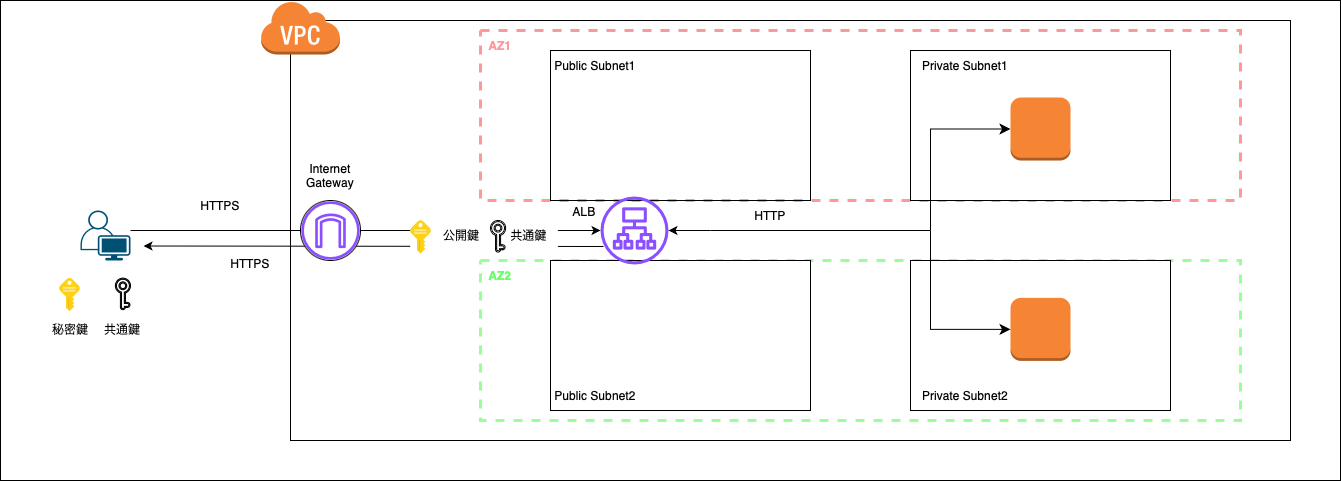
MasaGt/aws keeps this draw.io diagram as img/ALB_2.png. Above is the earlier version. Source tidied: cells renumbered, new cells last; positions are measured from the earlier drawing's top-left corner, leaving out a move shared by most shapes.
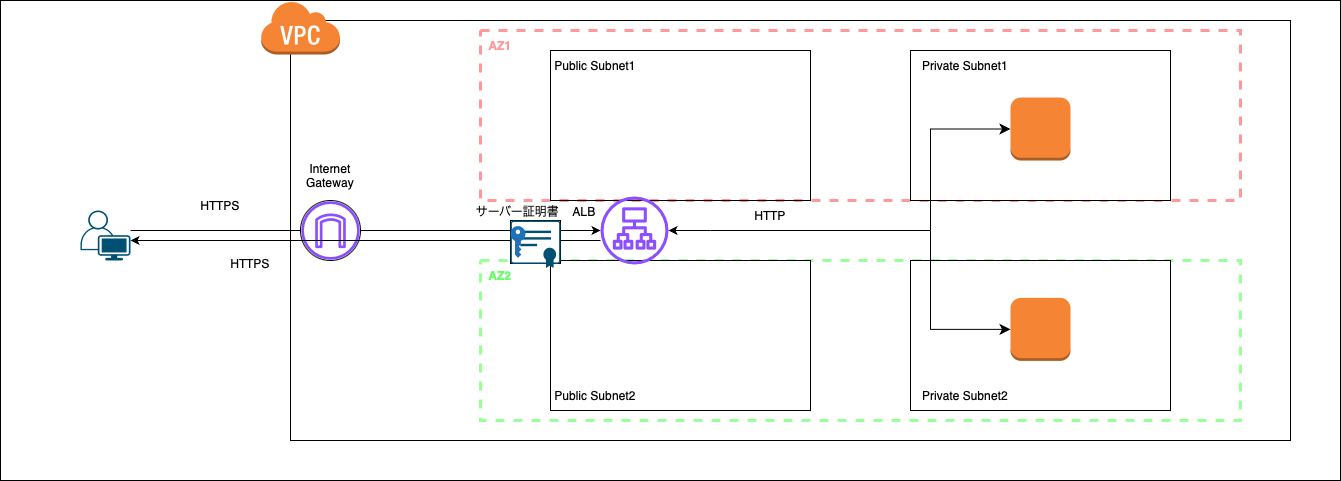
After the commit.

What changed in the source:
```diff
@@ -2,95 +2,56 @@
   <root>
     <mxCell id="0" />
     <mxCell id="1" parent="0" />
-    <mxCell id="2" style="rounded=0;whiteSpace=wrap;html=1;" parent="1" vertex="1">
-      <mxGeometry width="1340" height="480" as="geometry" />
-    </mxCell>
-    <mxCell id="3" style="verticalLabelPosition=bottom;sketch=0;html=1;verticalAlign=top;align=center;shape=mxgraph.cisco19.user;fillColor=#005073;strokeColor=none;" parent="1" vertex="1">
-      <mxGeometry x="80" y="210" width="50" height="50" as="geometry" />
-    </mxCell>
-    <mxCell id="4" style="rounded=0;whiteSpace=wrap;html=1;" parent="1" vertex="1">
-      <mxGeometry x="290" y="20" width="1000" height="420" as="geometry" />
-    </mxCell>
-    <mxCell id="5" style="dashed=0;verticalLabelPosition=bottom;verticalAlign=top;align=center;html=1;shape=mxgraph.aws3.virtual_private_cloud;fillColor=#F58534;gradientColor=none;" parent="1" vertex="1">
-      <mxGeometry x="260" width="79.5" height="54" as="geometry" />
-    </mxCell>
+    <mxCell id="46" style="rounded=0;whiteSpace=wrap;html=1;" parent="1" vertex="1">
+      <mxGeometry width="1340" height="480" as="geometry" />
+    </mxCell>
+    <mxCell id="47" style="verticalLabelPosition=bottom;sketch=0;html=1;verticalAlign=top;align=center;shape=mxgraph.cisco19.user;fillColor=#005073;strokeColor=none;" parent="1" vertex="1">
+      <mxGeometry x="80" y="210" width="50" height="50" as="geometry" />
+    </mxCell>
+    <mxCell id="48" style="rounded=0;whiteSpace=wrap;html=1;" parent="1" vertex="1">
+      <mxGeometry x="290" y="20" width="1000" height="420" as="geometry" />
+    </mxCell>
+    <mxCell id="49" style="dashed=0;verticalLabelPosition=bottom;verticalAlign=top;align=center;html=1;shape=mxgraph.aws3.virtual_private_cloud;fillColor=#F58534;gradientColor=none;" parent="1" vertex="1">
+      <mxGeometry x="260" width="79.5" height="54" as="geometry" />
+    </mxCell>
     <mxCell id="6" value="Internet Gateway" style="text;html=1;align=center;verticalAlign=middle;whiteSpace=wrap;rounded=0;" parent="1" vertex="1">
       <mxGeometry x="300" y="160" width="60" height="30" as="geometry" />
     </mxCell>
-    <mxCell id="7" value="HTTPS" style="text;html=1;align=center;verticalAlign=middle;whiteSpace=wrap;rounded=0;" parent="1" vertex="1">
-      <mxGeometry x="190" y="190" width="60" height="30" as="geometry" />
-    </mxCell>
-    <mxCell id="8" style="endArrow=classic;html=1;rounded=0;entryX=1;entryY=0.71;entryDx=0;entryDy=0;entryPerimeter=0;" parent="1" edge="1">
-      <mxGeometry relative="1" as="geometry">
-        <mxPoint x="603" y="246" as="sourcePoint" />
-        <mxPoint x="143" y="245.5" as="targetPoint" />
-      </mxGeometry>
-    </mxCell>
-    <mxCell id="9" style="endArrow=classic;html=1;rounded=0;" parent="1" edge="1" target="29">
-      <mxGeometry relative="1" as="geometry">
-        <mxPoint x="130" y="230" as="sourcePoint" />
-      </mxGeometry>
-    </mxCell>
-    <mxCell id="10" style="group;" parent="1" vertex="1">
-      <mxGeometry x="300" y="200" width="60" height="60" as="geometry" />
-    </mxCell>
+    <mxCell id="50" value="HTTPS" style="text;html=1;align=center;verticalAlign=middle;whiteSpace=wrap;rounded=0;" parent="1" vertex="1">
+      <mxGeometry x="190" y="190" width="60" height="30" as="geometry" />
+    </mxCell>
+    <mxCell id="51" style="endArrow=classic;html=1;rounded=0;" parent="1" edge="1" target="57">
+      <mxGeometry relative="1" as="geometry">
+        <mxPoint x="130" y="230" as="sourcePoint" />
+      </mxGeometry>
+    </mxCell>
+    <mxCell id="52" style="group;" parent="1" vertex="1">
+      <mxGeometry x="300" y="200" width="60" height="60" as="geometry" />
+    </mxCell>
-    <mxCell id="11" style="ellipse;whiteSpace=wrap;html=1;" parent="10" vertex="1">
+    <mxCell id="11" style="ellipse;whiteSpace=wrap;html=1;" parent="52" vertex="1">
       <mxGeometry width="60" height="60" as="geometry" />
     </mxCell>
-    <mxCell id="12" style="sketch=0;fontColor=#232F3E;gradientColor=none;fillColor=#8C4FFF;strokeColor=none;dashed=0;verticalLabelPosition=bottom;verticalAlign=top;align=center;html=1;fontSize=12;fontStyle=0;shape=mxgraph.aws4.internet_gateway;" parent="10" vertex="1">
+    <mxCell id="12" style="sketch=0;fontColor=#232F3E;gradientColor=none;fillColor=#8C4FFF;strokeColor=none;dashed=0;verticalLabelPosition=bottom;verticalAlign=top;align=center;html=1;fontSize=12;fontStyle=0;shape=mxgraph.aws4.internet_gateway;" parent="52" vertex="1">
       <mxGeometry x="0.8" y="0.8" width="58.5" height="58.5" as="geometry" />
     </mxCell>
-    <mxCell id="13" style="image;sketch=0;html=1;align=center;fontSize=12;image=img/lib/mscae/Key.svg;" parent="1" vertex="1">
-      <mxGeometry x="59" y="277.6" width="21" height="33.9" as="geometry" />
-    </mxCell>
-    <mxCell id="14" style="sketch=0;shadow=0;dashed=0;html=1;strokeColor=default;fillColor=#434445;labelPosition=center;verticalLabelPosition=bottom;verticalAlign=top;align=center;shape=mxgraph.vvd.key;" parent="1" vertex="1">
-      <mxGeometry x="114.9" y="277.6" width="15.1" height="31.5" as="geometry" />
-    </mxCell>
-    <mxCell id="15" value="秘密鍵" style="text;html=1;align=center;verticalAlign=middle;whiteSpace=wrap;rounded=0;" parent="1" vertex="1">
-      <mxGeometry x="39.5" y="313.9" width="60" height="30" as="geometry" />
-    </mxCell>
-    <mxCell id="16" value="共通鍵" style="text;html=1;align=center;verticalAlign=middle;whiteSpace=wrap;rounded=0;" parent="1" vertex="1">
-      <mxGeometry x="92.4" y="313.9" width="60" height="30" as="geometry" />
-    </mxCell>
     <mxCell id="17" value="ALB" style="text;html=1;align=center;verticalAlign=middle;whiteSpace=wrap;rounded=0;" parent="1" vertex="1">
       <mxGeometry x="554" y="196" width="60" height="30" as="geometry" />
     </mxCell>
-    <mxCell id="18" style="group;fillColor=default;" parent="1" vertex="1">
-      <mxGeometry x="410" y="220" width="147" height="33.9" as="geometry" />
-    </mxCell>
-    <mxCell id="19" style="group;fillColor=default;" parent="18" vertex="1">
-      <mxGeometry width="81" height="33.9" as="geometry" />
-    </mxCell>
-    <mxCell id="20" style="image;sketch=0;html=1;align=center;fontSize=12;image=img/lib/mscae/Key.svg;fillColor=default;" parent="19" vertex="1">
-      <mxGeometry width="21" height="33.9" as="geometry" />
-    </mxCell>
-    <mxCell id="21" value="公開鍵" style="text;html=1;align=center;verticalAlign=middle;whiteSpace=wrap;rounded=0;fillColor=default;" parent="19" vertex="1">
-      <mxGeometry x="21" width="60" height="30" as="geometry" />
-    </mxCell>
-    <mxCell id="22" style="group;fillColor=default;" parent="18" vertex="1">
-      <mxGeometry x="80" width="67" height="31.5" as="geometry" />
-    </mxCell>
-    <mxCell id="23" value="共通鍵" style="text;html=1;align=center;verticalAlign=middle;whiteSpace=wrap;rounded=0;fillColor=default;" parent="22" vertex="1">
-      <mxGeometry x="10" width="57" height="30" as="geometry" />
-    </mxCell>
-    <mxCell id="24" style="sketch=0;shadow=0;dashed=0;html=1;strokeColor=default;fillColor=default;labelPosition=center;verticalLabelPosition=bottom;verticalAlign=top;align=center;shape=mxgraph.vvd.key;" parent="22" vertex="1">
-      <mxGeometry width="15.1" height="31.5" as="geometry" />
-    </mxCell>
-    <mxCell id="25" style="rounded=0;whiteSpace=wrap;html=1;strokeColor=#FF9999;fillColor=none;dashed=1;strokeWidth=3;" parent="1" vertex="1">
-      <mxGeometry x="480" y="30" width="760" height="170" as="geometry" />
-    </mxCell>
-    <mxCell id="26" style="rounded=0;whiteSpace=wrap;html=1;fillColor=none;" parent="1" vertex="1">
-      <mxGeometry x="550" y="50" width="260" height="150" as="geometry" />
-    </mxCell>
-    <mxCell id="27" style="rounded=0;whiteSpace=wrap;html=1;fillColor=none;strokeColor=#99FF99;strokeWidth=3;dashed=1;" parent="1" vertex="1">
-      <mxGeometry x="480" y="260" width="760" height="160" as="geometry" />
-    </mxCell>
-    <mxCell id="28" style="rounded=0;whiteSpace=wrap;html=1;" parent="1" vertex="1">
-      <mxGeometry x="550" y="260" width="260" height="150" as="geometry" />
-    </mxCell>
-    <mxCell id="29" style="sketch=0;outlineConnect=0;fontColor=#232F3E;gradientColor=none;fillColor=#8C4FFF;strokeColor=none;dashed=0;verticalLabelPosition=bottom;verticalAlign=top;align=center;html=1;fontSize=12;fontStyle=0;shape=mxgraph.aws4.application_load_balancer;" parent="1" vertex="1">
-      <mxGeometry x="600" y="196" width="68" height="68" as="geometry" />
-    </mxCell>
+    <mxCell id="53" style="rounded=0;whiteSpace=wrap;html=1;strokeColor=#FF9999;fillColor=none;dashed=1;strokeWidth=3;" parent="1" vertex="1">
+      <mxGeometry x="480" y="30" width="760" height="170" as="geometry" />
+    </mxCell>
+    <mxCell id="54" style="rounded=0;whiteSpace=wrap;html=1;fillColor=none;" parent="1" vertex="1">
+      <mxGeometry x="550" y="50" width="260" height="150" as="geometry" />
+    </mxCell>
+    <mxCell id="55" style="rounded=0;whiteSpace=wrap;html=1;fillColor=none;strokeColor=#99FF99;strokeWidth=3;dashed=1;" parent="1" vertex="1">
+      <mxGeometry x="480" y="260" width="760" height="160" as="geometry" />
+    </mxCell>
+    <mxCell id="56" style="rounded=0;whiteSpace=wrap;html=1;" parent="1" vertex="1">
+      <mxGeometry x="550" y="260" width="260" height="150" as="geometry" />
+    </mxCell>
+    <mxCell id="57" style="sketch=0;outlineConnect=0;fontColor=#232F3E;gradientColor=none;fillColor=#8C4FFF;strokeColor=none;dashed=0;verticalLabelPosition=bottom;verticalAlign=top;align=center;html=1;fontSize=12;fontStyle=0;shape=mxgraph.aws4.application_load_balancer;" parent="1" vertex="1">
+      <mxGeometry x="600" y="196" width="68" height="68" as="geometry" />
+    </mxCell>
     <mxCell id="30" value="AZ1" style="text;html=1;align=center;verticalAlign=middle;whiteSpace=wrap;rounded=0;fontColor=#FF9999;fontStyle=1;" parent="1" vertex="1">
       <mxGeometry x="470" y="30" width="60" height="30" as="geometry" />
     </mxCell>
@@ -103,55 +64,76 @@
     <mxCell id="33" value="Public Subnet2" style="text;html=1;align=center;verticalAlign=middle;whiteSpace=wrap;rounded=0;" parent="1" vertex="1">
       <mxGeometry x="550" y="380" width="90" height="30" as="geometry" />
     </mxCell>
-    <mxCell id="34" style="rounded=0;whiteSpace=wrap;html=1;" parent="1" vertex="1">
-      <mxGeometry x="910" y="50" width="260" height="150" as="geometry" />
-    </mxCell>
-    <mxCell id="35" style="rounded=0;whiteSpace=wrap;html=1;" parent="1" vertex="1">
-      <mxGeometry x="910" y="260" width="260" height="150" as="geometry" />
-    </mxCell>
+    <mxCell id="58" style="rounded=0;whiteSpace=wrap;html=1;" parent="1" vertex="1">
+      <mxGeometry x="910" y="50" width="260" height="150" as="geometry" />
+    </mxCell>
+    <mxCell id="59" style="rounded=0;whiteSpace=wrap;html=1;" parent="1" vertex="1">
+      <mxGeometry x="910" y="260" width="260" height="150" as="geometry" />
+    </mxCell>
     <mxCell id="36" value="Private Subnet1" style="text;html=1;align=center;verticalAlign=middle;whiteSpace=wrap;rounded=0;" parent="1" vertex="1">
       <mxGeometry x="910" y="50" width="110" height="30" as="geometry" />
     </mxCell>
     <mxCell id="37" value="Private Subnet2" style="text;html=1;align=center;verticalAlign=middle;whiteSpace=wrap;rounded=0;" parent="1" vertex="1">
       <mxGeometry x="910" y="380" width="110" height="30" as="geometry" />
     </mxCell>
-    <mxCell id="38" style="outlineConnect=0;dashed=0;verticalLabelPosition=bottom;verticalAlign=top;align=center;html=1;shape=mxgraph.aws3.instance;fillColor=#F58534;gradientColor=none;" parent="1" vertex="1">
-      <mxGeometry x="1010" y="97" width="60" height="63" as="geometry" />
-    </mxCell>
-    <mxCell id="39" style="outlineConnect=0;dashed=0;verticalLabelPosition=bottom;verticalAlign=top;align=center;html=1;shape=mxgraph.aws3.instance;fillColor=#F58534;gradientColor=none;" parent="1" vertex="1">
-      <mxGeometry x="1010" y="297.4" width="60" height="63" as="geometry" />
-    </mxCell>
-    <mxCell id="40" value="HTTPS" style="text;html=1;align=center;verticalAlign=middle;whiteSpace=wrap;rounded=0;" parent="1" vertex="1">
-      <mxGeometry x="220" y="247.6" width="60" height="30" as="geometry" />
-    </mxCell>
-    <mxCell id="41" style="endArrow=none;html=1;rounded=0;entryX=0.64;entryY=0.5;entryDx=0;entryDy=0;entryPerimeter=0;" parent="1" edge="1" target="4">
-      <mxGeometry relative="1" as="geometry">
-        <mxPoint x="710" y="230" as="sourcePoint" />
-      </mxGeometry>
-    </mxCell>
-    <mxCell id="42" style="edgeStyle=elbowEdgeStyle;elbow=horizontal;endArrow=classic;html=1;curved=0;rounded=0;endSize=8;startSize=8;entryX=0;entryY=0.5;entryDx=0;entryDy=0;entryPerimeter=0;" parent="1" edge="1" target="38">
-      <mxGeometry relative="1" as="geometry">
-        <mxPoint x="930" y="230" as="sourcePoint" />
-        <Array as="points">
-          <mxPoint x="930" y="180" />
-        </Array>
-      </mxGeometry>
-    </mxCell>
-    <mxCell id="43" style="edgeStyle=elbowEdgeStyle;elbow=horizontal;endArrow=classic;html=1;curved=0;rounded=0;endSize=8;startSize=8;entryX=0;entryY=0.5;entryDx=0;entryDy=0;entryPerimeter=0;" parent="1" edge="1" target="39">
-      <mxGeometry relative="1" as="geometry">
-        <mxPoint x="930" y="230" as="sourcePoint" />
-        <Array as="points">
-          <mxPoint x="930" y="280" />
-        </Array>
-      </mxGeometry>
-    </mxCell>
-    <mxCell id="44" style="endArrow=classic;html=1;rounded=0;" parent="1" edge="1" target="29">
-      <mxGeometry relative="1" as="geometry">
-        <mxPoint x="710" y="230" as="sourcePoint" />
-      </mxGeometry>
-    </mxCell>
+    <mxCell id="60" style="outlineConnect=0;dashed=0;verticalLabelPosition=bottom;verticalAlign=top;align=center;html=1;shape=mxgraph.aws3.instance;fillColor=#F58534;gradientColor=none;" parent="1" vertex="1">
+      <mxGeometry x="1010" y="97" width="60" height="63" as="geometry" />
+    </mxCell>
+    <mxCell id="61" style="outlineConnect=0;dashed=0;verticalLabelPosition=bottom;verticalAlign=top;align=center;html=1;shape=mxgraph.aws3.instance;fillColor=#F58534;gradientColor=none;" parent="1" vertex="1">
+      <mxGeometry x="1010" y="297.4" width="60" height="63" as="geometry" />
+    </mxCell>
+    <mxCell id="62" value="HTTPS" style="text;html=1;align=center;verticalAlign=middle;whiteSpace=wrap;rounded=0;" parent="1" vertex="1">
+      <mxGeometry x="220" y="247.6" width="60" height="30" as="geometry" />
+    </mxCell>
+    <mxCell id="63" style="endArrow=none;html=1;rounded=0;entryX=0.64;entryY=0.5;entryDx=0;entryDy=0;entryPerimeter=0;" parent="1" edge="1" target="48">
+      <mxGeometry relative="1" as="geometry">
+        <mxPoint x="710" y="230" as="sourcePoint" />
+      </mxGeometry>
+    </mxCell>
+    <mxCell id="64" style="edgeStyle=elbowEdgeStyle;elbow=horizontal;endArrow=classic;html=1;curved=0;rounded=0;endSize=8;startSize=8;entryX=0;entryY=0.5;entryDx=0;entryDy=0;entryPerimeter=0;" parent="1" edge="1" target="60">
+      <mxGeometry relative="1" as="geometry">
+        <mxPoint x="930" y="230" as="sourcePoint" />
+        <Array as="points">
+          <mxPoint x="930" y="180" />
+        </Array>
+      </mxGeometry>
+    </mxCell>
+    <mxCell id="65" style="edgeStyle=elbowEdgeStyle;elbow=horizontal;endArrow=classic;html=1;curved=0;rounded=0;endSize=8;startSize=8;entryX=0;entryY=0.5;entryDx=0;entryDy=0;entryPerimeter=0;" parent="1" edge="1" target="61">
+      <mxGeometry relative="1" as="geometry">
+        <mxPoint x="930" y="230" as="sourcePoint" />
+        <Array as="points">
+          <mxPoint x="930" y="280" />
+        </Array>
+      </mxGeometry>
+    </mxCell>
+    <mxCell id="66" style="endArrow=classic;html=1;rounded=0;" parent="1" edge="1" target="57">
+      <mxGeometry relative="1" as="geometry">
+        <mxPoint x="710" y="230" as="sourcePoint" />
+      </mxGeometry>
+    </mxCell>
     <mxCell id="45" value="HTTP" style="text;html=1;align=center;verticalAlign=middle;whiteSpace=wrap;rounded=0;" parent="1" vertex="1">
       <mxGeometry x="740" y="200" width="60" height="30" as="geometry" />
     </mxCell>
+    <mxCell id="67" style="endArrow=classic;html=1;rounded=0;" parent="1" edge="1">
+      <mxGeometry relative="1" as="geometry">
+        <mxPoint x="600" y="240" as="sourcePoint" />
+        <mxPoint x="130" y="240" as="targetPoint" />
+      </mxGeometry>
+    </mxCell>
+    <mxCell id="68" style="group;" parent="1" vertex="1">
+      <mxGeometry x="510" y="220" width="55" height="47.5" as="geometry" />
+    </mxCell>
+    <mxCell id="69" style="rounded=0;whiteSpace=wrap;html=1;" parent="68" vertex="1">
+      <mxGeometry width="50" height="43" as="geometry" />
+    </mxCell>
+    <mxCell id="70" style="verticalLabelPosition=bottom;sketch=0;html=1;verticalAlign=top;align=center;shape=mxgraph.cisco19.x509_certificate;fillColor=#005073;strokeColor=none;" parent="68" vertex="1">
+      <mxGeometry width="50" height="47.5" as="geometry" />
+    </mxCell>
+    <mxCell id="71" style="sketch=0;shadow=0;dashed=0;html=1;strokeColor=none;labelPosition=center;verticalLabelPosition=bottom;verticalAlign=top;align=center;shape=mxgraph.office.security.key_permissions;fillColor=#2072B8;" parent="68" vertex="1">
+      <mxGeometry y="5.6" width="15" height="31.8" as="geometry" />
+    </mxCell>
+    <mxCell id="72" value="サーバー証明書" style="text;html=1;align=center;verticalAlign=middle;whiteSpace=wrap;rounded=0;" parent="68" vertex="1">
+      <mxGeometry x="-40" y="-24.4" width="95" height="30" as="geometry" />
+    </mxCell>
   </root>
 </mxGraphModel>
```
